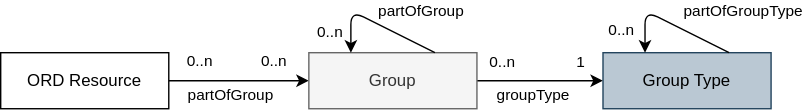
Above: static/img/group-concept-overview.drawio.svg in open-resource-discovery/specification (draw.io), before the change. Source tidied: cells renumbered, new cells last; positions are measured from the earlier drawing's top-left corner, leaving out a move shared by most shapes.
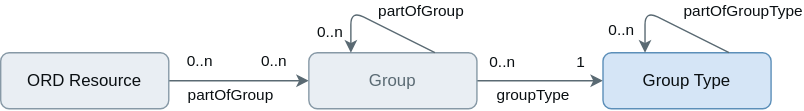
After the change.

What changed in the source:
```diff
@@ -2,81 +2,81 @@
   <root>
     <mxCell id="0" />
     <mxCell id="1" parent="0" />
-    <mxCell id="2" style="edgeStyle=none;html=1;" parent="1" edge="1" source="6" target="11">
+    <mxCell id="2" style="edgeStyle=none;html=1;fontColor=#0a0f12;strokeColor=#5a6a73;" parent="1" edge="1" source="6" target="11">
       <mxGeometry relative="1" as="geometry" />
     </mxCell>
-    <mxCell id="3" value="0..n" style="edgeLabel;html=1;align=center;verticalAlign=middle;" parent="2" vertex="1">
+    <mxCell id="3" value="0..n" style="edgeLabel;html=1;align=center;verticalAlign=middle;fontColor=#0a0f12;" parent="2" vertex="1">
       <mxGeometry x="0.47" y="2" relative="1" as="geometry">
         <mxPoint x="1" y="-12" as="offset" />
       </mxGeometry>
     </mxCell>
-    <mxCell id="4" value="0..n" style="edgeLabel;html=1;align=center;verticalAlign=middle;" parent="2" vertex="1">
+    <mxCell id="4" value="0..n" style="edgeLabel;html=1;align=center;verticalAlign=middle;fontColor=#0a0f12;" parent="2" vertex="1">
       <mxGeometry x="-0.53" y="2" relative="1" as="geometry">
         <mxPoint x="-2" y="-12" as="offset" />
       </mxGeometry>
     </mxCell>
-    <mxCell id="5" value="partOfGroup" style="edgeLabel;html=1;align=center;verticalAlign=middle;" parent="2" vertex="1">
+    <mxCell id="5" value="partOfGroup" style="edgeLabel;html=1;align=center;verticalAlign=middle;fontColor=#0a0f12;" parent="2" vertex="1">
       <mxGeometry x="-0.43" y="1" relative="1" as="geometry">
         <mxPoint x="15" y="11" as="offset" />
       </mxGeometry>
     </mxCell>
-    <mxCell id="6" value="ORD Resource" style="rounded=0;whiteSpace=wrap;html=1;" parent="1" vertex="1">
+    <mxCell id="6" value="ORD Resource" style="rounded=1;whiteSpace=wrap;html=1;arcSize=12;absoluteArcSize=1;fontColor=#0a0f12;strokeColor=#8799a6;fillColor=#e9eef3;" parent="1" vertex="1">
       <mxGeometry y="30" width="120" height="40" as="geometry" />
     </mxCell>
-    <mxCell id="7" style="edgeStyle=none;html=1;" parent="1" edge="1" source="11" target="12">
+    <mxCell id="7" style="edgeStyle=none;html=1;fontColor=#0a0f12;strokeColor=#5a6a73;" parent="1" edge="1" source="11" target="12">
       <mxGeometry relative="1" as="geometry" />
     </mxCell>
-    <mxCell id="8" value="0..n" style="edgeLabel;html=1;align=center;verticalAlign=middle;" parent="7" vertex="1">
+    <mxCell id="8" value="0..n" style="edgeLabel;html=1;align=center;verticalAlign=middle;fontColor=#0a0f12;" parent="7" vertex="1">
       <mxGeometry x="-0.45" y="-1" relative="1" as="geometry">
         <mxPoint x="-7" y="-14" as="offset" />
       </mxGeometry>
     </mxCell>
-    <mxCell id="9" value="1" style="edgeLabel;html=1;align=center;verticalAlign=middle;" parent="7" vertex="1">
+    <mxCell id="9" value="1" style="edgeLabel;html=1;align=center;verticalAlign=middle;fontColor=#0a0f12;" parent="7" vertex="1">
       <mxGeometry x="0.47" relative="1" as="geometry">
         <mxPoint x="7" y="-13" as="offset" />
       </mxGeometry>
     </mxCell>
-    <mxCell id="10" value="groupType" style="edgeLabel;html=1;align=center;verticalAlign=middle;" parent="7" vertex="1">
+    <mxCell id="10" value="groupType" style="edgeLabel;html=1;align=center;verticalAlign=middle;fontColor=#0a0f12;" parent="7" vertex="1">
       <mxGeometry x="-0.39" relative="1" as="geometry">
         <mxPoint x="12" y="10" as="offset" />
       </mxGeometry>
     </mxCell>
-    <mxCell id="11" value="Group" style="rounded=0;whiteSpace=wrap;html=1;fillColor=#f5f5f5;strokeColor=#666666;fontColor=#333333;" parent="1" vertex="1">
+    <mxCell id="11" value="Group" style="rounded=1;whiteSpace=wrap;html=1;fillColor=#e9eef3;strokeColor=#8799a6;fontColor=#5a6a73;arcSize=12;absoluteArcSize=1;" parent="1" vertex="1">
       <mxGeometry x="220" y="30" width="120" height="40" as="geometry" />
     </mxCell>
-    <mxCell id="12" value="Group Type" style="rounded=0;whiteSpace=wrap;html=1;fillColor=#bac8d3;strokeColor=#23445d;" parent="1" vertex="1">
+    <mxCell id="12" value="Group Type" style="rounded=1;whiteSpace=wrap;html=1;fillColor=#d5e5f6;strokeColor=#5c8fb9;arcSize=12;absoluteArcSize=1;fontColor=#0a0f12;" parent="1" vertex="1">
       <mxGeometry x="430" y="30" width="120" height="40" as="geometry" />
     </mxCell>
-    <mxCell id="13" style="edgeStyle=none;html=1;exitX=0.75;exitY=0;exitDx=0;exitDy=0;entryX=0.25;entryY=0;entryDx=0;entryDy=0;" parent="1" edge="1" source="11" target="11">
+    <mxCell id="13" style="edgeStyle=none;html=1;exitX=0.75;exitY=0;exitDx=0;exitDy=0;entryX=0.25;entryY=0;entryDx=0;entryDy=0;fontColor=#0a0f12;strokeColor=#5a6a73;" parent="1" edge="1" source="11" target="11">
       <mxGeometry relative="1" as="geometry">
         <Array as="points">
           <mxPoint x="250" />
         </Array>
       </mxGeometry>
     </mxCell>
-    <mxCell id="14" value="partOfGroup" style="edgeLabel;html=1;align=center;verticalAlign=middle;" parent="13" vertex="1">
+    <mxCell id="14" value="partOfGroup" style="edgeLabel;html=1;align=center;verticalAlign=middle;fontColor=#0a0f12;" parent="13" vertex="1">
       <mxGeometry x="-0.28" y="-5" relative="1" as="geometry">
         <mxPoint x="19" y="-10" as="offset" />
       </mxGeometry>
     </mxCell>
-    <mxCell id="15" value="0..n" style="edgeLabel;html=1;align=center;verticalAlign=middle;" parent="13" vertex="1">
+    <mxCell id="15" value="0..n" style="edgeLabel;html=1;align=center;verticalAlign=middle;fontColor=#0a0f12;" parent="13" vertex="1">
       <mxGeometry x="0.7" y="-2" relative="1" as="geometry">
         <mxPoint x="-13" y="-1" as="offset" />
       </mxGeometry>
     </mxCell>
-    <mxCell id="16" style="edgeStyle=none;html=1;entryX=0.25;entryY=0;entryDx=0;entryDy=0;exitX=0.75;exitY=0;exitDx=0;exitDy=0;elbow=vertical;" parent="1" edge="1" source="12" target="12">
+    <mxCell id="16" style="edgeStyle=none;html=1;entryX=0.25;entryY=0;entryDx=0;entryDy=0;exitX=0.75;exitY=0;exitDx=0;exitDy=0;elbow=vertical;fontColor=#0a0f12;strokeColor=#5a6a73;" parent="1" edge="1" source="12" target="12">
       <mxGeometry relative="1" as="geometry">
         <Array as="points">
           <mxPoint x="460" />
         </Array>
       </mxGeometry>
     </mxCell>
-    <mxCell id="17" value="partOfGroupType" style="edgeLabel;html=1;align=center;verticalAlign=middle;" parent="16" vertex="1">
+    <mxCell id="17" value="partOfGroupType" style="edgeLabel;html=1;align=center;verticalAlign=middle;fontColor=#0a0f12;" parent="16" vertex="1">
       <mxGeometry relative="1" as="geometry">
         <mxPoint x="53" y="-9" as="offset" />
       </mxGeometry>
     </mxCell>
-    <mxCell id="18" value="0..n" style="edgeLabel;html=1;align=center;verticalAlign=middle;" parent="16" vertex="1">
+    <mxCell id="18" value="0..n" style="edgeLabel;html=1;align=center;verticalAlign=middle;fontColor=#0a0f12;" parent="16" vertex="1">
       <mxGeometry x="0.63" y="-4" relative="1" as="geometry">
         <mxPoint x="-13" y="2" as="offset" />
       </mxGeometry>
```
